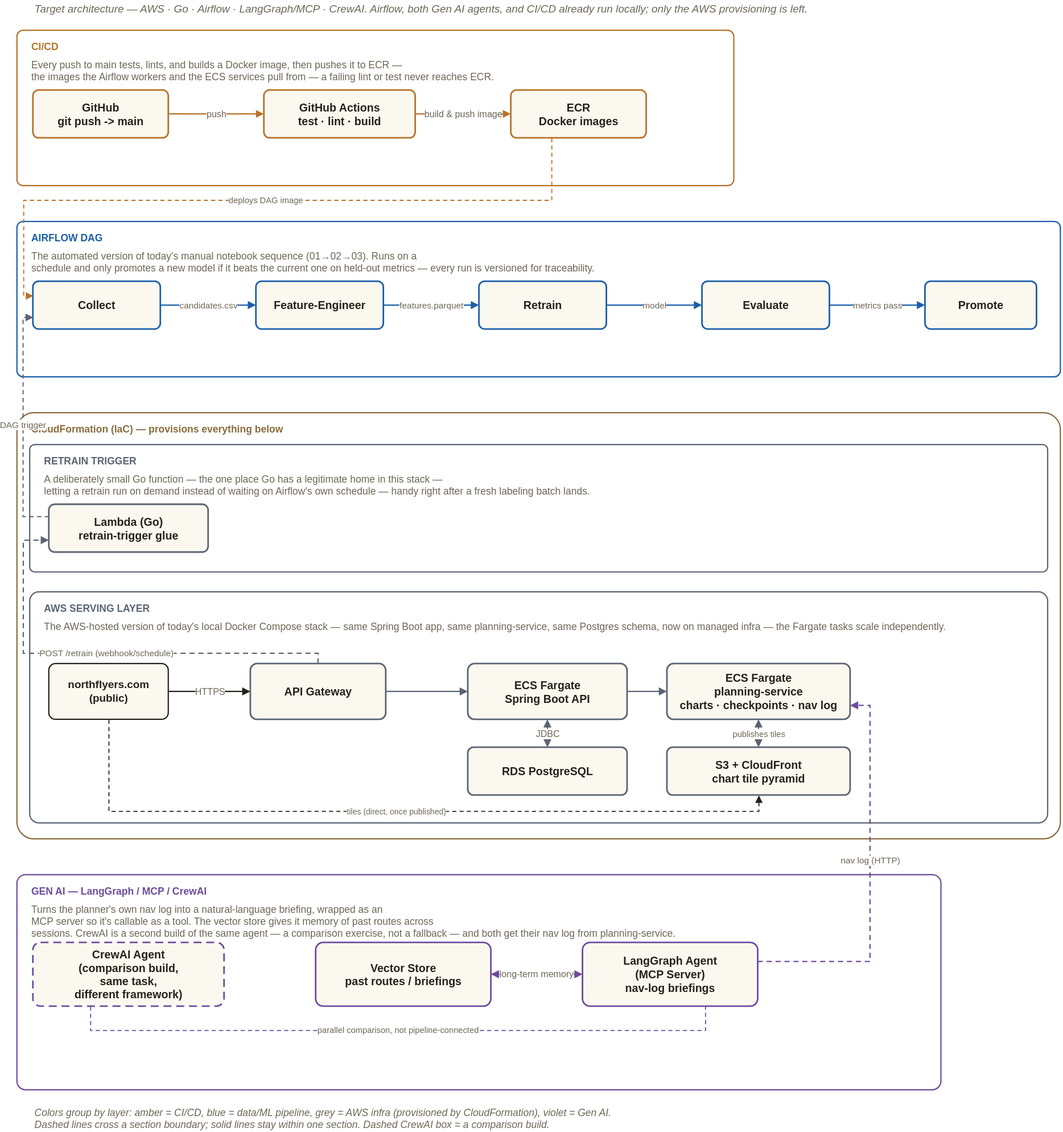
Before: docs/architecture-aws.svg, a diagram exported from draw.io (asdaq-samir/flight_plan). Source tidied: cells renumbered, new cells last; positions are measured from the earlier drawing's top-left corner, leaving out a move shared by most shapes.
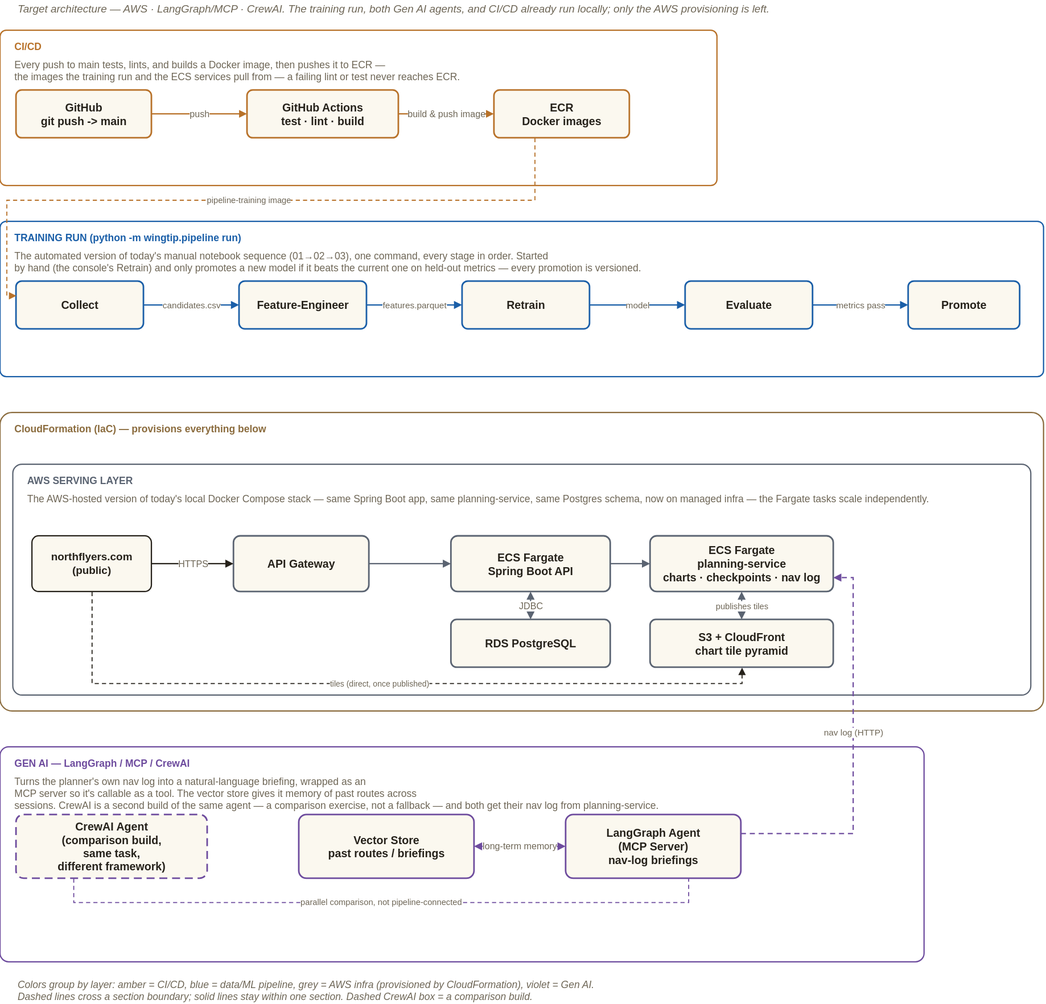
The same diagram one commit later.

Change to the diagram source:
```diff
@@ -2,26 +2,26 @@
   <root>
     <mxCell id="0" />
     <mxCell id="1" parent="0" />
-    <mxCell id="2" value="Target architecture — AWS · Go · Airflow · LangGraph/MCP · CrewAI. Airflow, both Gen AI agents, and CI/CD already run locally; only the AWS provisioning is left." style="text;html=1;fontSize=13.5;fontStyle=2;fontColor=#6E6656;align=left;verticalAlign=middle;" parent="1" vertex="1">
-      <mxGeometry x="20" width="1150" height="24" as="geometry" />
+    <mxCell id="2" value="Target architecture — AWS · LangGraph/MCP · CrewAI. The training run, both Gen AI agents, and CI/CD already run locally; only the AWS provisioning is left." style="text;html=1;fontSize=13.5;fontStyle=2;fontColor=#6E6656;align=left;verticalAlign=middle;" parent="1" vertex="1">
+      <mxGeometry x="20" y="160" width="1150" height="24" as="geometry" />
     </mxCell>
     <mxCell id="3" style="rounded=1;whiteSpace=wrap;html=1;arcSize=4;fillColor=none;strokeColor=#B8722A;strokeWidth=1.6;" parent="1" vertex="1">
-      <mxGeometry y="38" width="900" height="195" as="geometry" />
+      <mxGeometry y="198" width="900" height="195" as="geometry" />
     </mxCell>
     <mxCell id="4" value="CI/CD" style="text;html=1;fontSize=12.5;fontStyle=1;fontColor=#B8722A;align=left;verticalAlign=middle;" parent="1" vertex="1">
-      <mxGeometry x="16" y="50" width="200" height="18" as="geometry" />
+      <mxGeometry x="16" y="210" width="200" height="18" as="geometry" />
     </mxCell>
-    <mxCell id="5" value="Every push to main tests, lints, and builds a Docker image, then pushes it to ECR —&#10;the images the Airflow workers and the ECS services pull from — a failing lint or test never reaches ECR." style="text;html=1;fontSize=12.5;fontColor=#6E6656;align=left;verticalAlign=top;" parent="1" vertex="1">
-      <mxGeometry x="16" y="68" width="868" height="30" as="geometry" />
+    <mxCell id="5" value="Every push to main tests, lints, and builds a Docker image, then pushes it to ECR —&#10;the images the training run and the ECS services pull from — a failing lint or test never reaches ECR." style="text;html=1;fontSize=12.5;fontColor=#6E6656;align=left;verticalAlign=top;" parent="1" vertex="1">
+      <mxGeometry x="16" y="228" width="868" height="30" as="geometry" />
     </mxCell>
     <mxCell id="6" value="GitHub&#10;git push -&gt; main" style="rounded=1;whiteSpace=wrap;html=1;arcSize=12;fillColor=#FBF8EF;strokeColor=#B8722A;strokeWidth=2;fontColor=#26221B;fontSize=14;fontStyle=1;verticalAlign=middle;spacing=4;" parent="1" vertex="1">
-      <mxGeometry x="20" y="113" width="170" height="60" as="geometry" />
+      <mxGeometry x="20" y="273" width="170" height="60" as="geometry" />
     </mxCell>
     <mxCell id="7" value="GitHub Actions&#10;test · lint · build" style="rounded=1;whiteSpace=wrap;html=1;arcSize=12;fillColor=#FBF8EF;strokeColor=#B8722A;strokeWidth=2;fontColor=#26221B;fontSize=14;fontStyle=1;verticalAlign=middle;spacing=4;" parent="1" vertex="1">
-      <mxGeometry x="310" y="113" width="190" height="60" as="geometry" />
+      <mxGeometry x="310" y="273" width="190" height="60" as="geometry" />
     </mxCell>
     <mxCell id="8" value="ECR&#10;Docker images" style="rounded=1;whiteSpace=wrap;html=1;arcSize=12;fillColor=#FBF8EF;strokeColor=#B8722A;strokeWidth=2;fontColor=#26221B;fontSize=14;fontStyle=1;verticalAlign=middle;spacing=4;" parent="1" vertex="1">
-      <mxGeometry x="620" y="113" width="170" height="60" as="geometry" />
+      <mxGeometry x="620" y="273" width="170" height="60" as="geometry" />
     </mxCell>
     <mxCell id="9" value="push" style="edgeStyle=orthogonalEdgeStyle;rounded=0;html=1;strokeColor=#B8722A;strokeWidth=1.5;fontSize=11.5;fontColor=#6E6656;endArrow=block;endFill=1;" parent="1" edge="1" source="6" target="7">
       <mxGeometry relative="1" as="geometry" />
@@ -30,28 +30,28 @@
       <mxGeometry relative="1" as="geometry" />
     </mxCell>
     <mxCell id="11" style="rounded=1;whiteSpace=wrap;html=1;arcSize=4;fillColor=none;strokeColor=#1B5FA8;strokeWidth=1.6;" parent="1" vertex="1">
-      <mxGeometry y="278" width="1310" height="195" as="geometry" />
+      <mxGeometry y="438" width="1310" height="195" as="geometry" />
     </mxCell>
-    <mxCell id="12" value="AIRFLOW DAG" style="text;html=1;fontSize=12.5;fontStyle=1;fontColor=#1B5FA8;align=left;verticalAlign=middle;" parent="1" vertex="1">
-      <mxGeometry x="16" y="290" width="200" height="18" as="geometry" />
-    </mxCell>
-    <mxCell id="13" value="The automated version of today's manual notebook sequence (01→02→03). Runs on a&#10;schedule and only promotes a new model if it beats the current one on held-out metrics — every run is versioned for traceability." style="text;html=1;fontSize=12.5;fontColor=#6E6656;align=left;verticalAlign=top;" parent="1" vertex="1">
-      <mxGeometry x="16" y="308" width="920" height="30" as="geometry" />
-    </mxCell>
+    <mxCell id="57" value="TRAINING RUN (python -m wingtip.pipeline run)" style="text;html=1;fontSize=12.5;fontStyle=1;fontColor=#1B5FA8;align=left;verticalAlign=middle;" parent="1" vertex="1">
+      <mxGeometry x="16" y="450" width="600" height="18" as="geometry" />
+    </mxCell>
+    <mxCell id="58" value="The automated version of today's manual notebook sequence (01→02→03), one command, every stage in order. Started&#10;by hand (the console's Retrain) and only promotes a new model if it beats the current one on held-out metrics — every promotion is versioned." style="text;html=1;fontSize=12.5;fontColor=#6E6656;align=left;verticalAlign=top;" parent="1" vertex="1">
+      <mxGeometry x="16" y="468" width="920" height="30" as="geometry" />
+    </mxCell>
     <mxCell id="14" value="Collect" style="rounded=1;whiteSpace=wrap;html=1;arcSize=12;fillColor=#FBF8EF;strokeColor=#1B5FA8;strokeWidth=2;fontColor=#26221B;fontSize=14;fontStyle=1;verticalAlign=middle;spacing=4;" parent="1" vertex="1">
-      <mxGeometry x="20" y="353" width="160" height="60" as="geometry" />
+      <mxGeometry x="20" y="513" width="160" height="60" as="geometry" />
     </mxCell>
     <mxCell id="15" value="Feature-Engineer" style="rounded=1;whiteSpace=wrap;html=1;arcSize=12;fillColor=#FBF8EF;strokeColor=#1B5FA8;strokeWidth=2;fontColor=#26221B;fontSize=14;fontStyle=1;verticalAlign=middle;spacing=4;" parent="1" vertex="1">
-      <mxGeometry x="300" y="353" width="160" height="60" as="geometry" />
+      <mxGeometry x="300" y="513" width="160" height="60" as="geometry" />
     </mxCell>
     <mxCell id="16" value="Retrain" style="rounded=1;whiteSpace=wrap;html=1;arcSize=12;fillColor=#FBF8EF;strokeColor=#1B5FA8;strokeWidth=2;fontColor=#26221B;fontSize=14;fontStyle=1;verticalAlign=middle;spacing=4;" parent="1" vertex="1">
-      <mxGeometry x="580" y="353" width="160" height="60" as="geometry" />
+      <mxGeometry x="580" y="513" width="160" height="60" as="geometry" />
     </mxCell>
     <mxCell id="17" value="Evaluate" style="rounded=1;whiteSpace=wrap;html=1;arcSize=12;fillColor=#FBF8EF;strokeColor=#1B5FA8;strokeWidth=2;fontColor=#26221B;fontSize=14;fontStyle=1;verticalAlign=middle;spacing=4;" parent="1" vertex="1">
-      <mxGeometry x="860" y="353" width="160" height="60" as="geometry" />
+      <mxGeometry x="860" y="513" width="160" height="60" as="geometry" />
     </mxCell>
     <mxCell id="18" value="Promote" style="rounded=1;whiteSpace=wrap;html=1;arcSize=12;fillColor=#FBF8EF;strokeColor=#1B5FA8;strokeWidth=2;fontColor=#26221B;fontSize=14;fontStyle=1;verticalAlign=middle;spacing=4;" parent="1" vertex="1">
-      <mxGeometry x="1140" y="353" width="140" height="60" as="geometry" />
+      <mxGeometry x="1140" y="513" width="140" height="60" as="geometry" />
     </mxCell>
     <mxCell id="19" value="candidates.csv" style="edgeStyle=orthogonalEdgeStyle;rounded=0;html=1;strokeColor=#1B5FA8;strokeWidth=1.6;fontSize=11;fontColor=#6E6656;endArrow=block;endFill=1;" parent="1" edge="1" source="14" target="15">
       <mxGeometry relative="1" as="geometry" />
@@ -65,20 +65,20 @@
     <mxCell id="22" value="metrics pass" style="edgeStyle=orthogonalEdgeStyle;rounded=0;html=1;strokeColor=#1B5FA8;strokeWidth=1.6;fontSize=11;fontColor=#6E6656;endArrow=block;endFill=1;" parent="1" edge="1" source="17" target="18">
       <mxGeometry relative="1" as="geometry" />
     </mxCell>
-    <mxCell id="23" value="deploys DAG image" style="edgeStyle=orthogonalEdgeStyle;rounded=0;html=1;strokeColor=#B8722A;strokeWidth=1.3;dashed=1;dashPattern=4 3;fontSize=10.5;fontColor=#6E6656;endArrow=block;endFill=1;exitX=0.3;exitY=1;entryX=0;entryY=0.3;" parent="1" edge="1" source="8" target="14">
+    <mxCell id="23" value="pipeline-training image" style="edgeStyle=orthogonalEdgeStyle;rounded=0;html=1;strokeColor=#B8722A;strokeWidth=1.3;dashed=1;dashPattern=4 3;fontSize=10.5;fontColor=#6E6656;endArrow=block;endFill=1;exitX=0.3;exitY=1;entryX=0;entryY=0.3;" parent="1" edge="1" source="8" target="14">
       <mxGeometry relative="1" as="geometry">
         <Array as="points">
-          <mxPoint x="671" y="251" />
-          <mxPoint x="8" y="251" />
-          <mxPoint x="8" y="371" />
+          <mxPoint x="671" y="411" />
+          <mxPoint x="8" y="411" />
+          <mxPoint x="8" y="531" />
         </Array>
       </mxGeometry>
     </mxCell>
     <mxCell id="24" style="rounded=1;whiteSpace=wrap;html=1;arcSize=4;fillColor=none;strokeColor=#8B6C3E;strokeWidth=1.6;" parent="1" vertex="1">
-      <mxGeometry y="518" width="1310" height="535" as="geometry" />
+      <mxGeometry y="678" width="1310" height="375" as="geometry" />
     </mxCell>
     <mxCell id="25" value="CloudFormation (IaC) — provisions everything below" style="text;html=1;fontSize=12.5;fontStyle=1;fontColor=#8B6C3E;align=left;verticalAlign=middle;" parent="1" vertex="1">
-      <mxGeometry x="16" y="530" width="420" height="18" as="geometry" />
+      <mxGeometry x="16" y="690" width="420" height="18" as="geometry" />
     </mxCell>
     <mxCell id="26" style="rounded=1;whiteSpace=wrap;html=1;arcSize=4;fillColor=none;strokeColor=#5B6472;strokeWidth=1.6;" parent="1" vertex="1">
       <mxGeometry x="16" y="743" width="1278" height="290" as="geometry" />
@@ -130,37 +130,6 @@
     <mxCell id="40" value="JDBC" style="edgeStyle=orthogonalEdgeStyle;rounded=0;html=1;strokeColor=#5B6472;strokeWidth=1.6;fontSize=11.5;fontColor=#6E6656;endArrow=block;endFill=1;startArrow=block;startFill=1;" parent="1" edge="1" source="31" target="33">
       <mxGeometry relative="1" as="geometry" />
     </mxCell>
-    <mxCell id="41" style="rounded=1;whiteSpace=wrap;html=1;arcSize=4;fillColor=none;strokeColor=#5B6472;strokeWidth=1.6;" parent="1" vertex="1">
-      <mxGeometry x="16" y="558" width="1278" height="160" as="geometry" />
-    </mxCell>
-    <mxCell id="42" value="RETRAIN TRIGGER" style="text;html=1;fontSize=12.5;fontStyle=1;fontColor=#5B6472;align=left;verticalAlign=middle;" parent="1" vertex="1">
-      <mxGeometry x="32" y="570" width="220" height="18" as="geometry" />
-    </mxCell>
-    <mxCell id="43" value="A deliberately small Go function — the one place Go has a legitimate home in this stack —&#10;letting a retrain run on demand instead of waiting on Airflow's own schedule — handy right after a fresh labeling batch lands." style="text;html=1;fontSize=12.5;fontColor=#6E6656;align=left;verticalAlign=top;" parent="1" vertex="1">
-      <mxGeometry x="32" y="588" width="900" height="30" as="geometry" />
-    </mxCell>
-    <mxCell id="44" value="Lambda (Go)&#10;retrain-trigger glue" style="rounded=1;whiteSpace=wrap;html=1;arcSize=12;fillColor=#FBF8EF;strokeColor=#5B6472;strokeWidth=2;fontColor=#26221B;fontSize=14;fontStyle=1;verticalAlign=middle;spacing=4;" parent="1" vertex="1">
-      <mxGeometry x="40" y="633" width="200" height="60" as="geometry" />
-    </mxCell>
-    <mxCell id="45" value="POST /retrain (webhook/schedule)" style="edgeStyle=orthogonalEdgeStyle;rounded=0;html=1;strokeColor=#5B6472;strokeWidth=1.6;dashed=1;dashPattern=4 3;fontSize=11;fontColor=#6E6656;endArrow=block;endFill=1;exitX=0.5;exitY=0;entryX=0;entryY=0.75;" parent="1" edge="1" source="30" target="44">
-      <mxGeometry relative="1" as="geometry">
-        <Array as="points">
-          <mxPoint x="378" y="820" />
-          <mxPoint x="8" y="820" />
-          <mxPoint x="8" y="678" />
-        </Array>
-      </mxGeometry>
-    </mxCell>
-    <mxCell id="46" value="DAG trigger" style="edgeStyle=orthogonalEdgeStyle;rounded=0;html=1;strokeColor=#5B6472;strokeWidth=1.4;dashed=1;dashPattern=4 3;fontSize=11;fontColor=#6E6656;endArrow=block;endFill=1;exitX=0;exitY=0.25;entryX=0;entryY=0.75;" parent="1" edge="1" source="44" target="14">
-      <mxGeometry relative="1" as="geometry">
-        <Array as="points">
-          <mxPoint x="7.2" y="648" />
-          <mxPoint x="7.2" y="563" />
-          <mxPoint x="7.2" y="448" />
-          <mxPoint x="7.2" y="398" />
-        </Array>
-      </mxGeometry>
-    </mxCell>
     <mxCell id="47" style="rounded=1;whiteSpace=wrap;html=1;arcSize=4;fillColor=none;strokeColor=#6E4C9E;strokeWidth=1.6;" parent="1" vertex="1">
       <mxGeometry y="1098" width="1160" height="270" as="geometry" />
     </mxCell>
```
